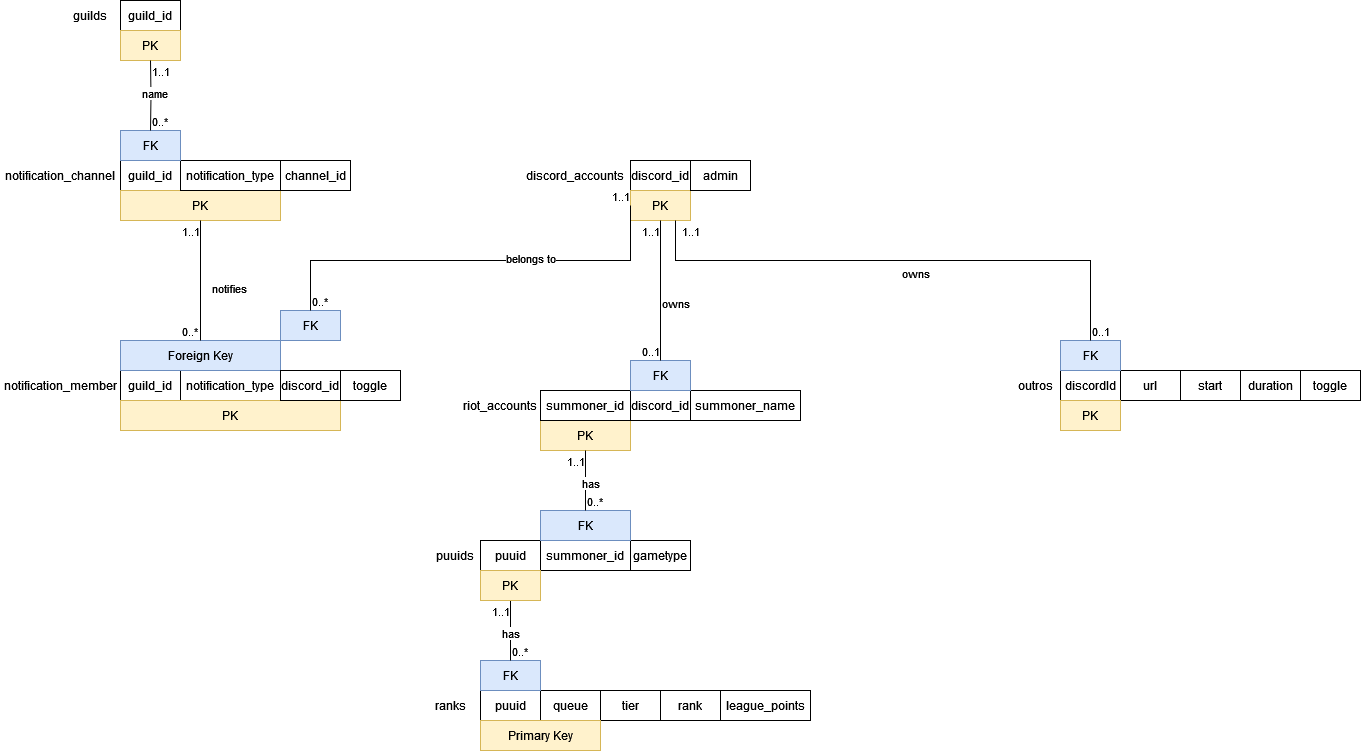
The draw.io diagram documentation/Relational Database Structure.drawio.png in nathan-lai-engineering/discord-bot, before a commit. Source tidied: cells renumbered, new cells last; positions are measured from the earlier drawing's top-left corner, leaving out a move shared by most shapes.
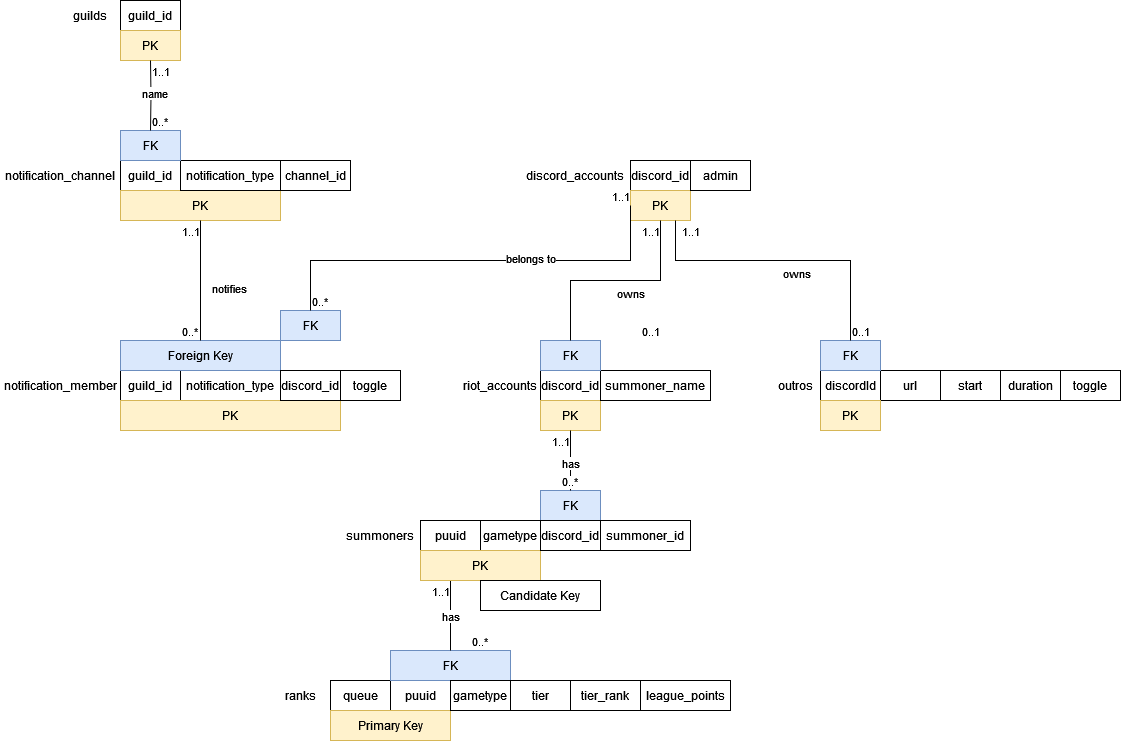
After the commit.

Commit message:
yet another database redesign

Diff of the diagram source:
```diff
@@ -6,79 +6,79 @@
       <mxGeometry x="520" y="160" width="110" height="30" as="geometry" />
     </mxCell>
     <mxCell id="3" value="discordId" style="text;html=1;strokeColor=default;fillColor=none;align=center;verticalAlign=middle;whiteSpace=wrap;rounded=0;" parent="1" vertex="1">
-      <mxGeometry x="1060" y="370" width="60" height="30" as="geometry" />
+      <mxGeometry x="820" y="370" width="60" height="30" as="geometry" />
     </mxCell>
     <mxCell id="4" value="duration" style="text;html=1;strokeColor=default;fillColor=none;align=center;verticalAlign=middle;whiteSpace=wrap;rounded=0;" parent="1" vertex="1">
-      <mxGeometry x="1240" y="370" width="60" height="30" as="geometry" />
+      <mxGeometry x="1000" y="370" width="60" height="30" as="geometry" />
     </mxCell>
     <mxCell id="5" value="start" style="text;html=1;strokeColor=default;fillColor=none;align=center;verticalAlign=middle;whiteSpace=wrap;rounded=0;" parent="1" vertex="1">
-      <mxGeometry x="1180" y="370" width="60" height="30" as="geometry" />
+      <mxGeometry x="940" y="370" width="60" height="30" as="geometry" />
     </mxCell>
     <mxCell id="6" value="url" style="text;html=1;strokeColor=default;fillColor=none;align=center;verticalAlign=middle;whiteSpace=wrap;rounded=0;" parent="1" vertex="1">
-      <mxGeometry x="1120" y="370" width="60" height="30" as="geometry" />
+      <mxGeometry x="880" y="370" width="60" height="30" as="geometry" />
     </mxCell>
     <mxCell id="7" value="&lt;div&gt;toggle&lt;/div&gt;" style="text;html=1;strokeColor=default;fillColor=none;align=center;verticalAlign=middle;whiteSpace=wrap;rounded=0;" parent="1" vertex="1">
-      <mxGeometry x="1300" y="370" width="60" height="30" as="geometry" />
+      <mxGeometry x="1060" y="370" width="60" height="30" as="geometry" />
     </mxCell>
     <mxCell id="8" value="PK" style="text;html=1;strokeColor=#d6b656;fillColor=#fff2cc;align=center;verticalAlign=middle;whiteSpace=wrap;rounded=0;" parent="1" vertex="1">
-      <mxGeometry x="1060" y="400" width="60" height="30" as="geometry" />
+      <mxGeometry x="820" y="400" width="60" height="30" as="geometry" />
     </mxCell>
     <mxCell id="9" value="riot_accounts" style="text;html=1;strokeColor=none;fillColor=none;align=center;verticalAlign=middle;whiteSpace=wrap;rounded=0;" parent="1" vertex="1">
-      <mxGeometry x="460" y="390" width="80" height="30" as="geometry" />
+      <mxGeometry x="460" y="370" width="80" height="30" as="geometry" />
     </mxCell>
     <mxCell id="10" value="discord_id" style="text;html=1;strokeColor=default;fillColor=none;align=center;verticalAlign=middle;whiteSpace=wrap;rounded=0;" parent="1" vertex="1">
-      <mxGeometry x="630" y="390" width="60" height="30" as="geometry" />
+      <mxGeometry x="540" y="370" width="60" height="30" as="geometry" />
     </mxCell>
     <mxCell id="11" value="puuid" style="text;html=1;strokeColor=default;fillColor=none;align=center;verticalAlign=middle;whiteSpace=wrap;rounded=0;" parent="1" vertex="1">
-      <mxGeometry x="480" y="540" width="60" height="30" as="geometry" />
+      <mxGeometry x="420" y="520" width="60" height="30" as="geometry" />
     </mxCell>
     <mxCell id="12" value="PK" style="text;html=1;strokeColor=#d6b656;fillColor=#fff2cc;align=center;verticalAlign=middle;whiteSpace=wrap;rounded=0;" parent="1" vertex="1">
-      <mxGeometry x="540" y="420" width="90" height="30" as="geometry" />
+      <mxGeometry x="540" y="400" width="60" height="30" as="geometry" />
     </mxCell>
     <mxCell id="13" value="ranks" style="text;html=1;strokeColor=none;fillColor=none;align=center;verticalAlign=middle;whiteSpace=wrap;rounded=0;" parent="1" vertex="1">
-      <mxGeometry x="420" y="690" width="60" height="30" as="geometry" />
+      <mxGeometry x="270" y="680" width="60" height="30" as="geometry" />
     </mxCell>
     <mxCell id="14" value="puuid" style="text;html=1;strokeColor=default;fillColor=none;align=center;verticalAlign=middle;whiteSpace=wrap;rounded=0;" parent="1" vertex="1">
-      <mxGeometry x="480" y="690" width="60" height="30" as="geometry" />
+      <mxGeometry x="390" y="680" width="60" height="30" as="geometry" />
     </mxCell>
     <mxCell id="15" value="tier" style="text;html=1;strokeColor=default;fillColor=none;align=center;verticalAlign=middle;whiteSpace=wrap;rounded=0;" parent="1" vertex="1">
-      <mxGeometry x="600" y="690" width="60" height="30" as="geometry" />
+      <mxGeometry x="510" y="680" width="60" height="30" as="geometry" />
     </mxCell>
     <mxCell id="16" value="queue" style="text;html=1;strokeColor=default;fillColor=none;align=center;verticalAlign=middle;whiteSpace=wrap;rounded=0;" parent="1" vertex="1">
-      <mxGeometry x="540" y="690" width="60" height="30" as="geometry" />
+      <mxGeometry x="330" y="680" width="60" height="30" as="geometry" />
     </mxCell>
-    <mxCell id="17" value="&lt;div&gt;rank&lt;/div&gt;" style="text;html=1;strokeColor=default;fillColor=none;align=center;verticalAlign=middle;whiteSpace=wrap;rounded=0;" parent="1" vertex="1">
-      <mxGeometry x="660" y="690" width="60" height="30" as="geometry" />
+    <mxCell id="17" value="tier_rank" style="text;html=1;strokeColor=default;fillColor=none;align=center;verticalAlign=middle;whiteSpace=wrap;rounded=0;" parent="1" vertex="1">
+      <mxGeometry x="570" y="680" width="70" height="30" as="geometry" />
     </mxCell>
     <mxCell id="18" value="Primary Key" style="text;html=1;strokeColor=#d6b656;fillColor=#fff2cc;align=center;verticalAlign=middle;whiteSpace=wrap;rounded=0;" parent="1" vertex="1">
-      <mxGeometry x="480" y="720" width="120" height="30" as="geometry" />
+      <mxGeometry x="330" y="710" width="120" height="30" as="geometry" />
     </mxCell>
     <mxCell id="19" value="league_points" style="text;html=1;strokeColor=default;fillColor=none;align=center;verticalAlign=middle;whiteSpace=wrap;rounded=0;" parent="1" vertex="1">
-      <mxGeometry x="720" y="690" width="90" height="30" as="geometry" />
+      <mxGeometry x="640" y="680" width="90" height="30" as="geometry" />
     </mxCell>
     <mxCell id="20" value="FK" style="text;html=1;strokeColor=#6c8ebf;fillColor=#dae8fc;align=center;verticalAlign=middle;whiteSpace=wrap;rounded=0;" parent="1" vertex="1">
-      <mxGeometry x="480" y="660" width="60" height="30" as="geometry" />
+      <mxGeometry x="390" y="650" width="120" height="30" as="geometry" />
     </mxCell>
     <mxCell id="21" value="summoner_name" style="text;html=1;strokeColor=default;fillColor=none;align=center;verticalAlign=middle;whiteSpace=wrap;rounded=0;" parent="1" vertex="1">
-      <mxGeometry x="690" y="390" width="110" height="30" as="geometry" />
+      <mxGeometry x="600" y="370" width="110" height="30" as="geometry" />
     </mxCell>
     <mxCell id="22" value="summoner_id" style="text;html=1;strokeColor=default;fillColor=none;align=center;verticalAlign=middle;whiteSpace=wrap;rounded=0;" parent="1" vertex="1">
-      <mxGeometry x="540" y="390" width="90" height="30" as="geometry" />
+      <mxGeometry x="600" y="520" width="90" height="30" as="geometry" />
     </mxCell>
     <mxCell id="23" value="FK" style="text;html=1;strokeColor=#6c8ebf;fillColor=#dae8fc;align=center;verticalAlign=middle;whiteSpace=wrap;rounded=0;" parent="1" vertex="1">
-      <mxGeometry x="630" y="360" width="60" height="30" as="geometry" />
+      <mxGeometry x="540" y="340" width="60" height="30" as="geometry" />
     </mxCell>
     <mxCell id="24" value="discord_id" style="text;html=1;strokeColor=default;fillColor=none;align=center;verticalAlign=middle;whiteSpace=wrap;rounded=0;" parent="1" vertex="1">
       <mxGeometry x="630" y="160" width="60" height="30" as="geometry" />
     </mxCell>
     <mxCell id="25" value="outros" style="text;html=1;strokeColor=none;fillColor=none;align=center;verticalAlign=middle;whiteSpace=wrap;rounded=0;" parent="1" vertex="1">
-      <mxGeometry x="1010" y="370" width="50" height="30" as="geometry" />
+      <mxGeometry x="770" y="370" width="50" height="30" as="geometry" />
     </mxCell>
     <mxCell id="26" value="PK" style="text;html=1;strokeColor=#d6b656;fillColor=#fff2cc;align=center;verticalAlign=middle;whiteSpace=wrap;rounded=0;" parent="1" vertex="1">
       <mxGeometry x="630" y="190" width="60" height="30" as="geometry" />
     </mxCell>
     <mxCell id="27" value="FK" style="text;html=1;strokeColor=#6c8ebf;fillColor=#dae8fc;align=center;verticalAlign=middle;whiteSpace=wrap;rounded=0;" parent="1" vertex="1">
-      <mxGeometry x="1060" y="340" width="60" height="30" as="geometry" />
+      <mxGeometry x="820" y="340" width="60" height="30" as="geometry" />
     </mxCell>
     <mxCell id="28" value="owns" style="endArrow=none;endFill=0;html=1;edgeStyle=orthogonalEdgeStyle;align=left;verticalAlign=top;rounded=0;exitX=0.5;exitY=1;exitDx=0;exitDy=0;entryX=0.5;entryY=0;entryDx=0;entryDy=0;" parent="1" edge="1" source="26" target="23">
       <mxGeometry relative="1" as="geometry" />
@@ -88,7 +88,7 @@
         <mxPoint x="-20" y="20" as="offset" />
       </mxGeometry>
     </mxCell>
-    <mxCell id="30" value="has" style="endArrow=none;endFill=0;html=1;edgeStyle=orthogonalEdgeStyle;align=left;verticalAlign=top;rounded=0;entryX=0.5;entryY=0;entryDx=0;entryDy=0;exitX=0.5;exitY=1;exitDx=0;exitDy=0;" parent="1" edge="1" source="66" target="20">
+    <mxCell id="30" value="has" style="endArrow=none;endFill=0;html=1;edgeStyle=orthogonalEdgeStyle;align=left;verticalAlign=top;rounded=0;entryX=0.5;entryY=0;entryDx=0;entryDy=0;exitX=0.25;exitY=1;exitDx=0;exitDy=0;" parent="1" edge="1" source="66" target="20">
       <mxGeometry x="-0.33" y="-10" relative="1" as="geometry" />
     </mxCell>
     <mxCell id="31" value="1..1" style="edgeLabel;html=1;align=left;verticalAlign=bottom;" parent="30" vertex="1">
@@ -100,7 +100,7 @@
       <mxGeometry x="-0.01" relative="1" as="geometry">
         <Array as="points">
           <mxPoint x="675" y="260" />
-          <mxPoint x="1090" y="260" />
+          <mxPoint x="850" y="260" />
         </Array>
       </mxGeometry>
     </mxCell>
@@ -198,13 +198,13 @@
       <mxGeometry x="180" y="340" as="geometry" />
     </mxCell>
     <mxCell id="59" value="0..1" style="edgeLabel;html=1;align=left;verticalAlign=bottom;" parent="1" vertex="1">
-      <mxGeometry x="640" y="360" as="geometry" />
+      <mxGeometry x="640" y="340" as="geometry" />
     </mxCell>
     <mxCell id="60" value="0..1" style="edgeLabel;html=1;align=left;verticalAlign=bottom;" parent="1" vertex="1">
-      <mxGeometry x="1090" y="340" as="geometry" />
+      <mxGeometry x="850" y="340" as="geometry" />
     </mxCell>
     <mxCell id="61" value="0..*" style="edgeLabel;html=1;align=left;verticalAlign=bottom;" parent="1" vertex="1">
-      <mxGeometry x="510" y="660" as="geometry" />
+      <mxGeometry x="470" y="650" as="geometry" />
     </mxCell>
     <mxCell id="62" value="0..*" style="edgeLabel;html=1;align=left;verticalAlign=bottom;" parent="1" vertex="1">
       <mxGeometry x="150" y="130" as="geometry" />
@@ -213,22 +213,19 @@
       <mxGeometry x="280" y="370" width="60" height="30" as="geometry" />
     </mxCell>
     <mxCell id="64" value="gametype" style="text;html=1;strokeColor=default;fillColor=none;align=center;verticalAlign=middle;whiteSpace=wrap;rounded=0;" parent="1" vertex="1">
-      <mxGeometry x="630" y="540" width="60" height="30" as="geometry" />
+      <mxGeometry x="480" y="520" width="60" height="30" as="geometry" />
     </mxCell>
-    <mxCell id="65" value="summoner_id" style="text;html=1;strokeColor=default;fillColor=none;align=center;verticalAlign=middle;whiteSpace=wrap;rounded=0;" parent="1" vertex="1">
-      <mxGeometry x="540" y="540" width="90" height="30" as="geometry" />
-    </mxCell>
     <mxCell id="66" value="PK" style="text;html=1;strokeColor=#d6b656;fillColor=#fff2cc;align=center;verticalAlign=middle;whiteSpace=wrap;rounded=0;" parent="1" vertex="1">
-      <mxGeometry x="480" y="570" width="60" height="30" as="geometry" />
+      <mxGeometry x="420" y="550" width="120" height="30" as="geometry" />
     </mxCell>
-    <mxCell id="67" value="puuids" style="text;html=1;strokeColor=none;fillColor=none;align=center;verticalAlign=middle;whiteSpace=wrap;rounded=0;" parent="1" vertex="1">
-      <mxGeometry x="430" y="540" width="50" height="30" as="geometry" />
+    <mxCell id="67" value="summoners" style="text;html=1;strokeColor=none;fillColor=none;align=center;verticalAlign=middle;whiteSpace=wrap;rounded=0;" parent="1" vertex="1">
+      <mxGeometry x="340" y="520" width="80" height="30" as="geometry" />
     </mxCell>
     <mxCell id="68" value="FK" style="text;html=1;strokeColor=#6c8ebf;fillColor=#dae8fc;align=center;verticalAlign=middle;whiteSpace=wrap;rounded=0;" parent="1" vertex="1">
-      <mxGeometry x="540" y="510" width="90" height="30" as="geometry" />
+      <mxGeometry x="540" y="490" width="60" height="30" as="geometry" />
     </mxCell>
     <mxCell id="69" value="has" style="endArrow=none;endFill=0;html=1;edgeStyle=orthogonalEdgeStyle;align=left;verticalAlign=top;rounded=0;exitX=0.5;exitY=1;exitDx=0;exitDy=0;entryX=0.5;entryY=0;entryDx=0;entryDy=0;" parent="1" edge="1" source="12" target="68">
-      <mxGeometry x="-0.33" y="-5" relative="1" as="geometry" />
+      <mxGeometry x="-0.33" y="-10" relative="1" as="geometry" />
     </mxCell>
     <mxCell id="70" value="1..1" style="edgeLabel;html=1;align=left;verticalAlign=bottom;" parent="69" vertex="1">
       <mxGeometry x="-1" relative="1" as="geometry">
@@ -236,7 +233,16 @@
       </mxGeometry>
     </mxCell>
     <mxCell id="71" value="0..*" style="edgeLabel;html=1;align=left;verticalAlign=bottom;" parent="1" vertex="1">
-      <mxGeometry x="585" y="510" as="geometry" />
+      <mxGeometry x="560" y="490" as="geometry" />
     </mxCell>
+    <mxCell id="72" value="discord_id" style="text;html=1;strokeColor=default;fillColor=none;align=center;verticalAlign=middle;whiteSpace=wrap;rounded=0;" parent="1" vertex="1">
+      <mxGeometry x="540" y="520" width="60" height="30" as="geometry" />
+    </mxCell>
+    <mxCell id="73" value="Candidate Key" style="text;html=1;align=center;verticalAlign=middle;whiteSpace=wrap;rounded=0;fillColor=default;strokeColor=default;" parent="1" vertex="1">
+      <mxGeometry x="480" y="580" width="120" height="30" as="geometry" />
+    </mxCell>
+    <mxCell id="74" value="gametype" style="text;html=1;strokeColor=default;fillColor=none;align=center;verticalAlign=middle;whiteSpace=wrap;rounded=0;" parent="1" vertex="1">
+      <mxGeometry x="450" y="680" width="60" height="30" as="geometry" />
+    </mxCell>
   </root>
 </mxGraphModel>
```
